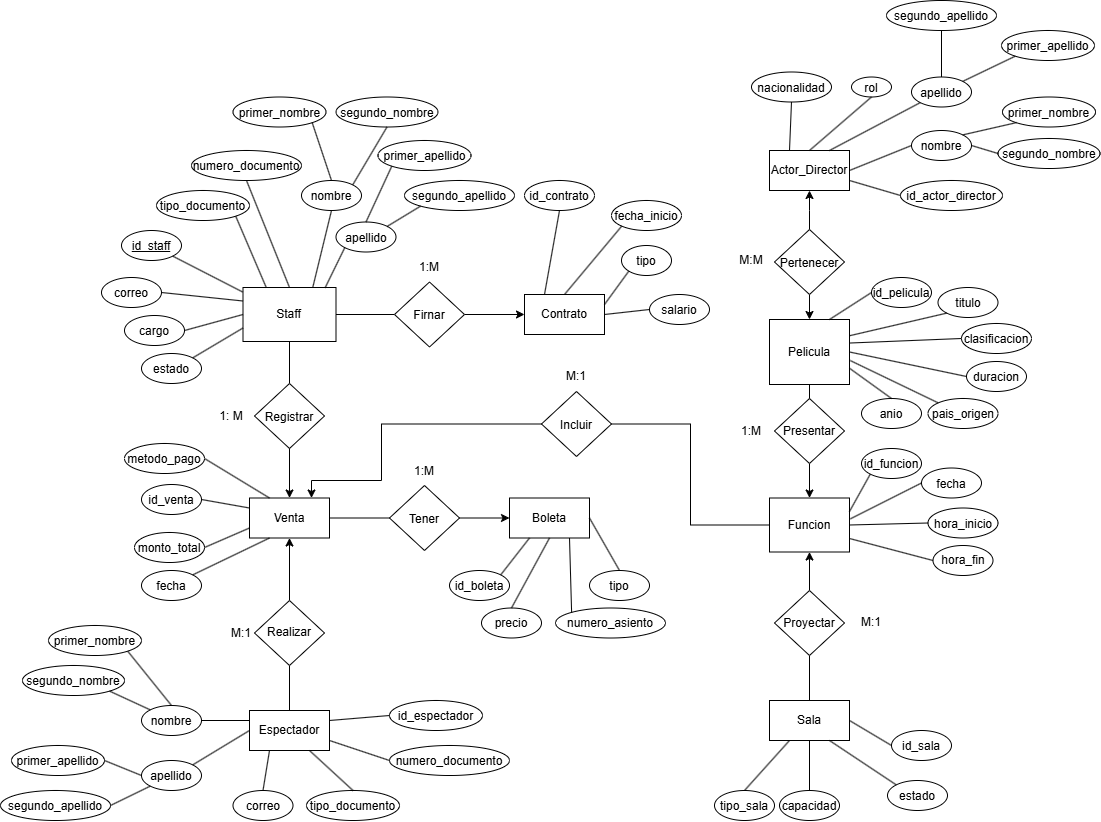
Above: avance1-postgresql/modelo-er/proyecto_cine-modelo-entidad-relacion.drawio.png in Rocky72153/cine-umbral-avance1 (draw.io), before the change. Source tidied: cells renumbered, new cells last; positions are measured from the earlier drawing's top-left corner, leaving out a move shared by most shapes.
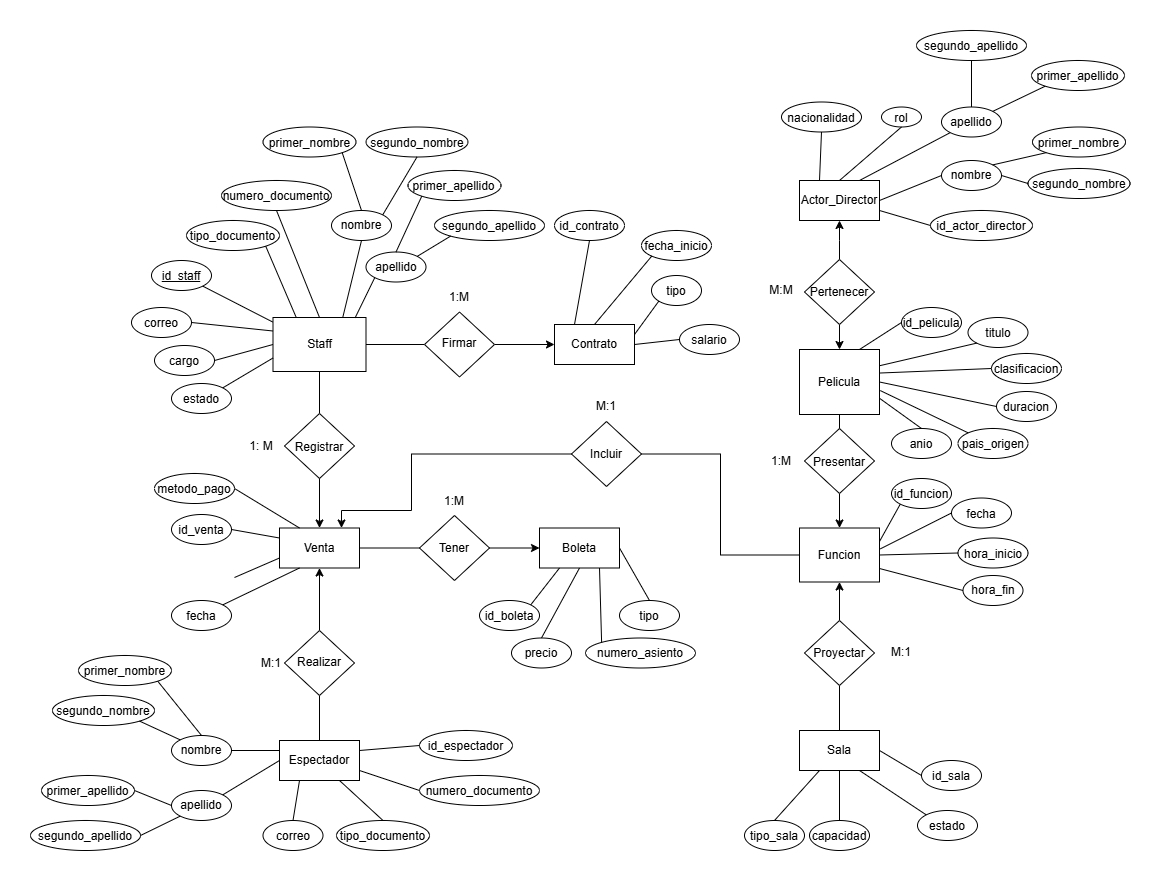
After the commit.

Diff of the diagram source:
```diff
@@ -68,7 +68,7 @@
     <mxCell id="21" style="edgeStyle=orthogonalEdgeStyle;rounded=0;jettySize=auto;html=1;entryX=0;entryY=0.5;entryDx=0;entryDy=0;endArrow=classic;endFill=1;" parent="1" edge="1" source="22" target="4">
       <mxGeometry relative="1" as="geometry" />
     </mxCell>
-    <mxCell id="22" value="Firnar" style="rhombus;whiteSpace=wrap;html=1;shapeInside=1;" parent="1" vertex="1">
+    <mxCell id="22" value="Firmar" style="rhombus;whiteSpace=wrap;html=1;shapeInside=1;" parent="1" vertex="1">
       <mxGeometry x="394" y="281.5" width="70" height="65" as="geometry" />
     </mxCell>
     <mxCell id="23" style="edgeStyle=orthogonalEdgeStyle;rounded=0;jettySize=auto;html=1;entryX=0.5;entryY=1;entryDx=0;entryDy=0;endArrow=classic;endFill=1;" parent="1" edge="1" source="24" target="11">
@@ -203,9 +203,6 @@
     <mxCell id="66" value="id_venta" style="ellipse;whiteSpace=wrap;html=1;shapeInside=1;" parent="1" vertex="1">
       <mxGeometry x="141" y="484" width="60" height="30" as="geometry" />
     </mxCell>
-    <mxCell id="67" value="monto_total" style="ellipse;whiteSpace=wrap;html=1;shapeInside=1;" parent="1" vertex="1">
-      <mxGeometry x="134" y="532" width="70" height="30" as="geometry" />
-    </mxCell>
     <mxCell id="68" value="fecha" style="ellipse;whiteSpace=wrap;html=1;shapeInside=1;" parent="1" vertex="1">
       <mxGeometry x="141" y="570" width="60" height="30" as="geometry" />
     </mxCell>
@@ -419,8 +416,10 @@
     <mxCell id="138" style="endArrow=none;html=1;rounded=0;entryX=0;entryY=0.25;entryDx=0;entryDy=0;exitX=1;exitY=0.5;exitDx=0;exitDy=0;" parent="1" edge="1" source="66" target="11">
       <mxGeometry relative="1" as="geometry" />
     </mxCell>
-    <mxCell id="139" style="endArrow=none;html=1;rounded=0;entryX=0;entryY=0.75;entryDx=0;entryDy=0;exitX=1;exitY=0.5;exitDx=0;exitDy=0;" parent="1" edge="1" source="67" target="11">
-      <mxGeometry relative="1" as="geometry" />
+    <mxCell id="139" style="endArrow=none;html=1;rounded=0;entryX=0;entryY=0.75;entryDx=0;entryDy=0;exitX=1;exitY=0.5;exitDx=0;exitDy=0;" parent="1" edge="1" target="11">
+      <mxGeometry relative="1" as="geometry">
+        <mxPoint x="204" y="547" as="sourcePoint" />
+      </mxGeometry>
     </mxCell>
     <mxCell id="140" style="endArrow=none;html=1;rounded=0;entryX=0.25;entryY=1;entryDx=0;entryDy=0;exitX=1;exitY=0;exitDx=0;exitDy=0;" parent="1" edge="1" source="68" target="11">
       <mxGeometry relative="1" as="geometry" />
```
